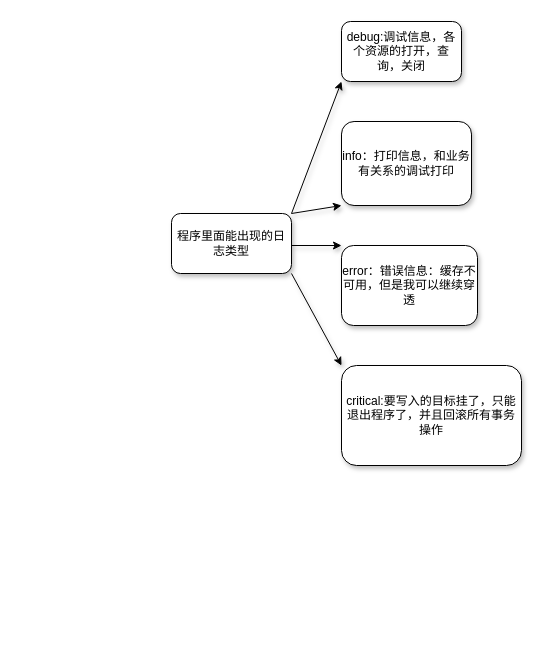
xltxlm/aaa keeps this draw.io diagram as page "程序日志类型" (2 of 2) of 日志配置.drawio. Above is the earlier version. Source tidied: cells renumbered, new cells numbered last; positions are measured from the earlier drawing's top-left corner, leaving out a move shared by most shapes. Both pictures are drawn from the tidied source at 100%, with x=0, y=0 at pixel (171, 21).
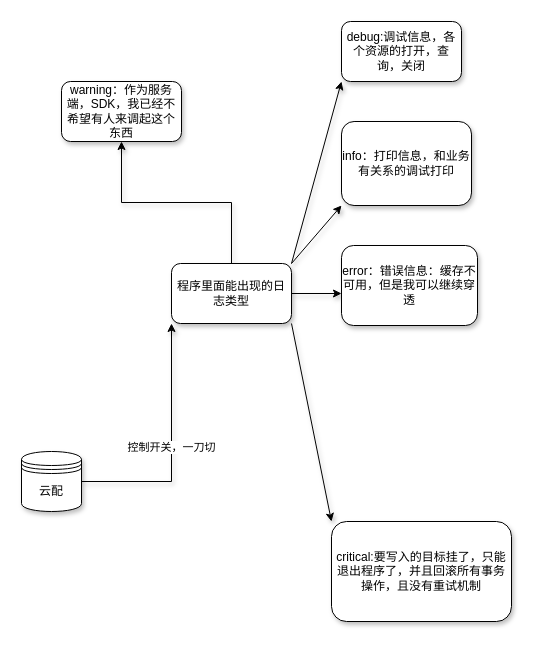
The same page after the edit.

Diff of the diagram source:
```diff
@@
 <mxGraphModel>
   <root>
     <mxCell id="0" />
     <mxCell id="1" parent="0" />
     <mxCell id="2" style="edgeStyle=orthogonalEdgeStyle;rounded=0;jettySize=auto;html=1;shadow=1;noEdgeStyle=1;orthogonal=1;" parent="1" edge="1" source="6" target="10">
       <mxGeometry relative="1" as="geometry" />
     </mxCell>
     <mxCell id="3" style="edgeStyle=orthogonalEdgeStyle;rounded=0;jettySize=auto;html=1;shadow=1;noEdgeStyle=1;orthogonal=1;" parent="1" edge="1" source="6" target="9">
       <mxGeometry relative="1" as="geometry" />
     </mxCell>
     <mxCell id="4" style="edgeStyle=orthogonalEdgeStyle;rounded=0;jettySize=auto;html=1;shadow=1;noEdgeStyle=1;orthogonal=1;" parent="1" edge="1" source="6" target="8">
       <mxGeometry relative="1" as="geometry" />
     </mxCell>
     <mxCell id="5" style="edgeStyle=orthogonalEdgeStyle;rounded=0;jettySize=auto;html=1;shadow=1;noEdgeStyle=1;orthogonal=1;" parent="1" edge="1" source="6" target="7">
       <mxGeometry relative="1" as="geometry" />
     </mxCell>
+    <mxCell id="11" style="edgeStyle=orthogonalEdgeStyle;rounded=0;jettySize=auto;html=1;shadow=1;" parent="1" edge="1" source="6" target="12">
+      <mxGeometry relative="1" as="geometry" />
+    </mxCell>
     <mxCell id="6" value="程序里面能出现的日志类型" style="rounded=1;whiteSpace=wrap;html=1;shadow=1;" parent="1" vertex="1">
-      <mxGeometry y="192" width="120" height="60" as="geometry" />
+      <mxGeometry y="242" width="120" height="60" as="geometry" />
     </mxCell>
+    <mxCell id="12" value="warning：作为服务端，SDK，我已经不希望有人来调起这个东西" style="rounded=1;whiteSpace=wrap;html=1;shadow=1;" parent="1" vertex="1">
+      <mxGeometry x="-110" y="60" width="120" height="60" as="geometry" />
+    </mxCell>
-    <mxCell id="7" value="critical:要写入的目标挂了，只能退出程序了，并且回滚所有事务操作" style="rounded=1;whiteSpace=wrap;html=1;shadow=1;" parent="1" vertex="1">
-      <mxGeometry x="170" y="344" width="180" height="100" as="geometry" />
+    <mxCell id="7" value="critical:要写入的目标挂了，只能退出程序了，并且回滚所有事务操作，且没有重试机制" style="rounded=1;whiteSpace=wrap;html=1;shadow=1;" parent="1" vertex="1">
+      <mxGeometry x="160" y="500" width="180" height="100" as="geometry" />
     </mxCell>
     <mxCell id="8" value="error：错误信息：缓存不可用，但是我可以继续穿透" style="rounded=1;whiteSpace=wrap;html=1;shadow=1;" parent="1" vertex="1">
       <mxGeometry x="170" y="224" width="136" height="80" as="geometry" />
     </mxCell>
     <mxCell id="9" value="info：打印信息，和业务有关系的调试打印" style="rounded=1;whiteSpace=wrap;html=1;shadow=1;" parent="1" vertex="1">
       <mxGeometry x="170" y="100" width="130" height="84" as="geometry" />
     </mxCell>
     <mxCell id="10" value="debug:调试信息，各个资源的打开，查询，关闭" style="rounded=1;whiteSpace=wrap;html=1;shadow=1;" parent="1" vertex="1">
       <mxGeometry x="170" width="120" height="60" as="geometry" />
     </mxCell>
+    <mxCell id="13" value="控制开关，一刀切" style="edgeStyle=orthogonalEdgeStyle;rounded=0;jettySize=auto;html=1;entryX=0;entryY=1;entryDx=0;entryDy=0;shadow=1;" parent="1" edge="1" source="14" target="6">
+      <mxGeometry relative="1" as="geometry" />
+    </mxCell>
+    <mxCell id="14" value="云配" style="shape=datastore;whiteSpace=wrap;html=1;shadow=1;" parent="1" vertex="1">
+      <mxGeometry x="-150" y="430" width="60" height="60" as="geometry" />
+    </mxCell>
   </root>
 </mxGraphModel>
```
